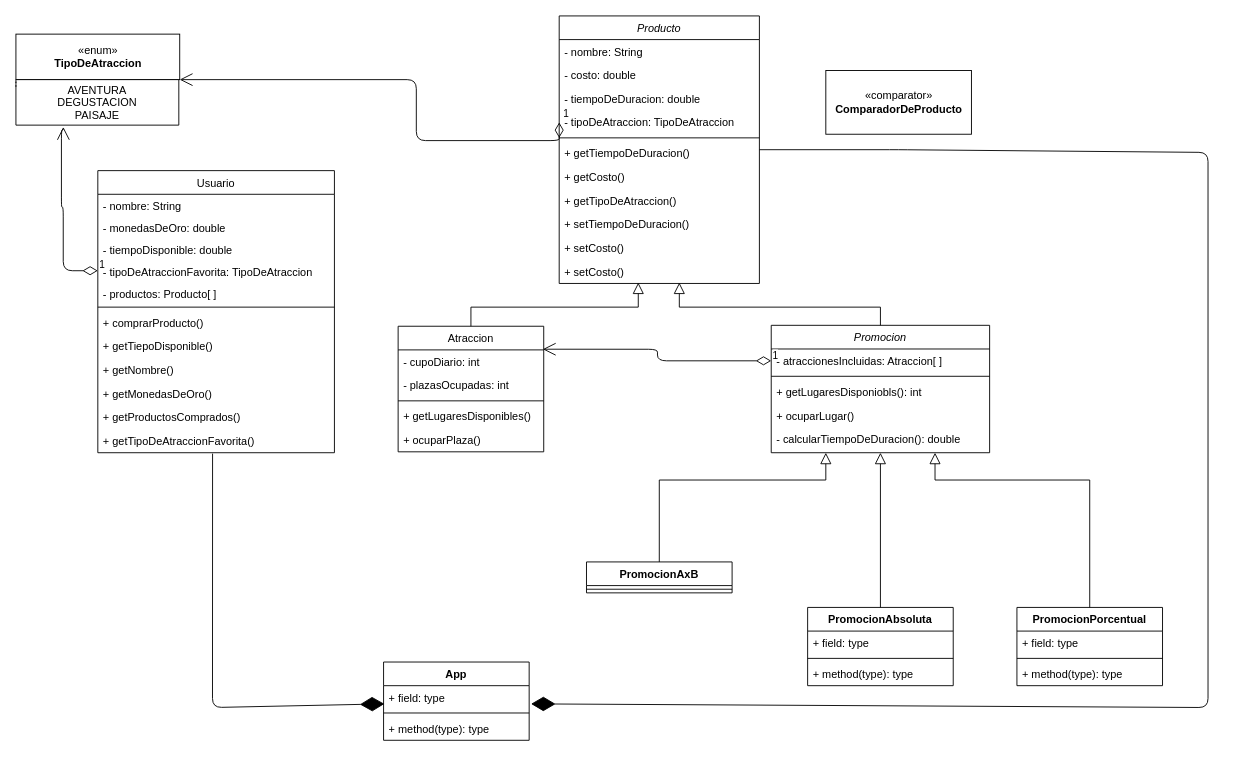
Above: turismo_tierra_media.drawio in Cristian-Estevez/turismo_tierra_media (draw.io), before the change. Source tidied: cells renumbered, new cells numbered last; positions are measured from the earlier drawing's top-left corner, leaving out a move shared by most shapes. Both pictures are drawn from the tidied source at 91%, with x=0, y=0 at pixel (15, 15).
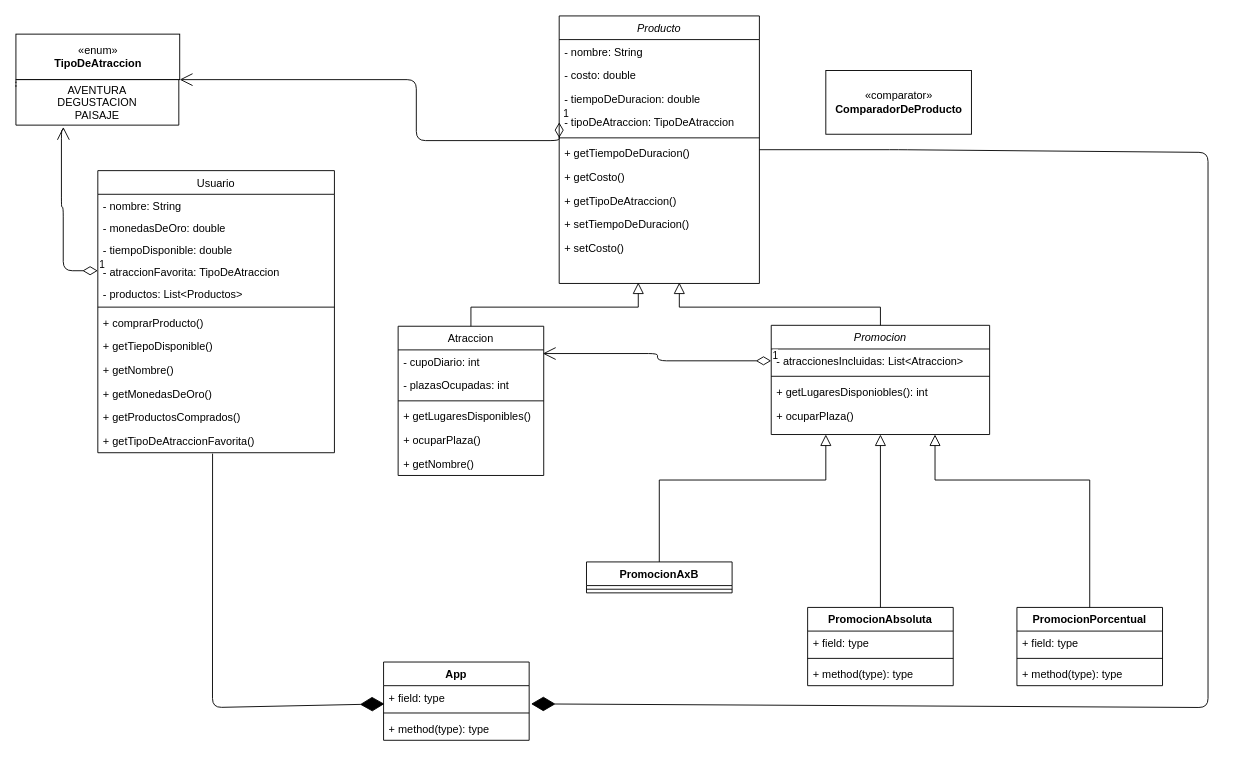
The same page after the edit.

Commit message (it also covers changes not shown here):
Se actualiza UML de acuerdo a lo creado hasta ahora

Unchanged cells that the change refers to:
```xml
<mxCell id="2" value="Usuario" style="swimlane;fontStyle=0;align=center;verticalAlign=top;horizontal=1;startSize=26;rounded=0;shadow=0;strokeWidth=1;arcSize=15;" parent="1" vertex="1">
  <mxGeometry x="90" y="170" width="260" height="310" as="geometry" />
</mxCell>
<mxCell id="29" value="Producto" style="swimlane;fontStyle=2;align=center;verticalAlign=top;horizontal=1;startSize=26;rounded=0;shadow=0;strokeWidth=1;" parent="1" vertex="1">
  <mxGeometry x="597" width="220" height="294" as="geometry" />
</mxCell>
<mxCell id="48" value="PromocionAbsoluta" style="swimlane;fontStyle=1;align=center;verticalAlign=top;horizontal=1;startSize=26;" parent="1" vertex="1">
  <mxGeometry x="870" y="650" width="160" height="86" as="geometry" />
</mxCell>
```

Change to the diagram source:
```diff
@@
-    <mxCell id="6" value="- tipoDeAtraccionFavorita: TipoDeAtraccion" style="text;align=left;verticalAlign=top;spacingLeft=4;spacingRight=4;overflow=hidden;" parent="2" vertex="1">
+    <mxCell id="6" value="- atraccionFavorita: TipoDeAtraccion" style="text;align=left;verticalAlign=top;spacingLeft=4;spacingRight=4;overflow=hidden;" parent="2" vertex="1">
       <mxGeometry y="98" width="260" height="24" as="geometry" />
     </mxCell>
-    <mxCell id="7" value="- productos: Producto[ ]" style="text;align=left;verticalAlign=top;spacingLeft=4;spacingRight=4;overflow=hidden;" parent="2" vertex="1">
+    <mxCell id="7" value="- productos: List&lt;Productos&gt;" style="text;align=left;verticalAlign=top;spacingLeft=4;spacingRight=4;overflow=hidden;" parent="2" vertex="1">
       <mxGeometry y="122" width="260" height="24" as="geometry" />
     </mxCell>
@@
     <mxCell id="15" value="Atraccion" style="swimlane;fontStyle=0;align=center;verticalAlign=top;horizontal=1;startSize=26;rounded=0;shadow=0;strokeWidth=1;" parent="1" vertex="1">
-      <mxGeometry x="420" y="341" width="160" height="138" as="geometry" />
+      <mxGeometry x="420" y="341" width="160" height="164" as="geometry" />
     </mxCell>
@@
+    <mxCell id="66" value="+ getNombre()" style="text;align=left;verticalAlign=top;spacingLeft=4;spacingRight=4;overflow=hidden;rounded=0;shadow=0;html=0;" parent="15" vertex="1">
+      <mxGeometry y="138" width="160" height="26" as="geometry" />
+    </mxCell>
-    <mxCell id="21" style="endArrow=block;endSize=10;endFill=0;shadow=0;strokeWidth=1;rounded=0;edgeStyle=elbowEdgeStyle;elbow=vertical;entryX=0.395;entryY=0.962;entryDx=0;entryDy=0;entryPerimeter=0;" parent="1" edge="1" source="15" target="40">
+    <mxCell id="21" style="endArrow=block;endSize=10;endFill=0;shadow=0;strokeWidth=1;rounded=0;edgeStyle=elbowEdgeStyle;elbow=vertical;entryX=0.395;entryY=0.962;entryDx=0;entryDy=0;entryPerimeter=0;" parent="1" edge="1" source="15">
       <mxGeometry relative="1" as="geometry">
+        <mxPoint x="683.9" y="293" as="targetPoint" />
         <Array as="points">
           <mxPoint x="600" y="320" />
           <mxPoint x="733" y="250" />
         </Array>
       </mxGeometry>
     </mxCell>
     <mxCell id="22" value="Promocion" style="swimlane;fontStyle=2;align=center;verticalAlign=top;horizontal=1;startSize=26;rounded=0;shadow=0;strokeWidth=1;" parent="1" vertex="1">
-      <mxGeometry x="830" y="340" width="240" height="140" as="geometry" />
+      <mxGeometry x="830" y="340" width="240" height="120" as="geometry" />
     </mxCell>
-    <mxCell id="23" value="- atraccionesIncluidas: Atraccion[ ]" style="text;align=left;verticalAlign=top;spacingLeft=4;spacingRight=4;overflow=hidden;points=[[0,0.5],[1,0.5]];portConstraint=eastwest;" parent="22" vertex="1">
+    <mxCell id="23" value="- atraccionesIncluidas: List&lt;Atraccion&gt;" style="text;align=left;verticalAlign=top;spacingLeft=4;spacingRight=4;overflow=hidden;points=[[0,0.5],[1,0.5]];portConstraint=eastwest;" parent="22" vertex="1">
       <mxGeometry y="26" width="240" height="26" as="geometry" />
     </mxCell>
@@
-    <mxCell id="25" value="+ getLugaresDisponiobls(): int" style="text;align=left;verticalAlign=top;spacingLeft=4;spacingRight=4;overflow=hidden;" parent="22" vertex="1">
+    <mxCell id="25" value="+ getLugaresDisponiobles(): int" style="text;align=left;verticalAlign=top;spacingLeft=4;spacingRight=4;overflow=hidden;" parent="22" vertex="1">
       <mxGeometry y="60" width="240" height="26" as="geometry" />
     </mxCell>
-    <mxCell id="26" value="+ ocuparLugar()" style="text;align=left;verticalAlign=top;spacingLeft=4;spacingRight=4;overflow=hidden;" parent="22" vertex="1">
+    <mxCell id="26" value="+ ocuparPlaza()" style="text;align=left;verticalAlign=top;spacingLeft=4;spacingRight=4;overflow=hidden;" parent="22" vertex="1">
       <mxGeometry y="86" width="240" height="26" as="geometry" />
     </mxCell>
-    <mxCell id="27" value="- calcularTiempoDeDuracion(): double" style="text;align=left;verticalAlign=top;spacingLeft=4;spacingRight=4;overflow=hidden;" parent="22" vertex="1">
-      <mxGeometry y="112" width="240" height="26" as="geometry" />
-    </mxCell>
-    <mxCell id="28" style="endArrow=block;endSize=10;endFill=0;shadow=0;strokeWidth=1;rounded=0;edgeStyle=elbowEdgeStyle;elbow=vertical;entryX=0.6;entryY=0.962;entryDx=0;entryDy=0;entryPerimeter=0;exitX=0.5;exitY=0;exitDx=0;exitDy=0;" parent="1" edge="1" source="22" target="40">
+    <mxCell id="28" style="endArrow=block;endSize=10;endFill=0;shadow=0;strokeWidth=1;rounded=0;edgeStyle=elbowEdgeStyle;elbow=vertical;entryX=0.6;entryY=0.962;entryDx=0;entryDy=0;entryPerimeter=0;exitX=0.5;exitY=0;exitDx=0;exitDy=0;" parent="1" edge="1" source="22">
       <mxGeometry relative="1" as="geometry">
+        <mxPoint x="729" y="293" as="targetPoint" />
         <Array as="points">
           <mxPoint x="840" y="320" />
         </Array>
       </mxGeometry>
     </mxCell>
@@
-    <mxCell id="40" value="+ setCosto()" style="text;align=left;verticalAlign=top;spacingLeft=4;spacingRight=4;overflow=hidden;points=[[0,0.5],[1,0.5]];portConstraint=eastwest;" parent="29" vertex="1">
-      <mxGeometry y="268" width="220" height="26" as="geometry" />
-    </mxCell>
@@
     <mxCell id="58" style="endArrow=block;endSize=10;endFill=0;shadow=0;strokeWidth=1;rounded=0;edgeStyle=elbowEdgeStyle;elbow=vertical;exitX=0.5;exitY=0;exitDx=0;exitDy=0;" parent="1" edge="1" source="48">
       <mxGeometry relative="1" as="geometry">
-        <mxPoint x="950" y="480" as="targetPoint" />
+        <mxPoint x="950" y="460" as="targetPoint" />
         <Array as="points">
           <mxPoint x="943" y="510" />
           <mxPoint x="950" y="500" />
         </Array>
       </mxGeometry>
     </mxCell>
```
